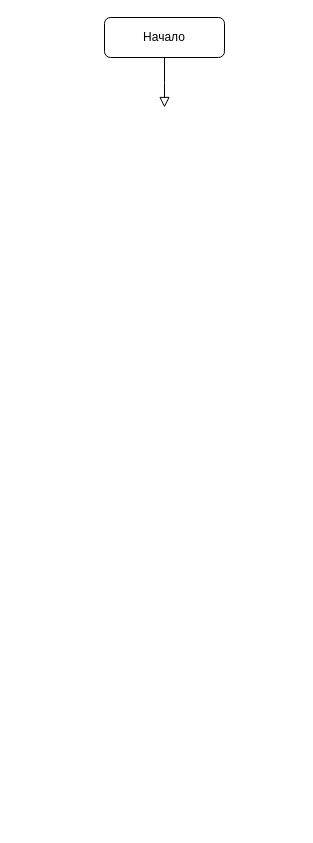
This is Диаграмма без названия.drawio from nerses-a/Least_squares, a draw.io file, before an edit. Source tidied: cells renumbered, new cells numbered last; positions are measured from the earlier drawing's top-left corner, leaving out a move shared by most shapes. Both pictures are drawn from the tidied source at 100%, with x=0, y=0 at pixel (104, 17).
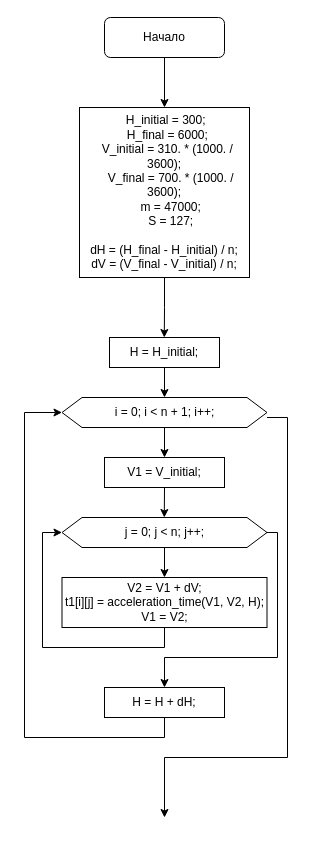
The same diagram, later.

Unchanged cells that the change refers to:
```xml
<mxCell id="3" value="Начало" style="rounded=1;whiteSpace=wrap;html=1;fontSize=12;glass=0;strokeWidth=1;shadow=0;" parent="1" vertex="1">
  <mxGeometry width="120" height="40" as="geometry" />
</mxCell>
```

Change to the diagram source:
```diff
@@
-    <mxCell id="2" style="rounded=0;html=1;jettySize=auto;fontSize=11;endArrow=block;endFill=0;endSize=8;strokeWidth=1;shadow=0;labelBackgroundColor=none;edgeStyle=orthogonalEdgeStyle;" parent="1" edge="1" source="3">
-      <mxGeometry relative="1" as="geometry">
-        <mxPoint x="60" y="90" as="targetPoint" />
-      </mxGeometry>
-    </mxCell>
+    <mxCell id="4" style="edgeStyle=orthogonalEdgeStyle;rounded=0;jettySize=auto;html=1;exitX=0.5;exitY=1;exitDx=0;exitDy=0;entryX=0.5;entryY=0;entryDx=0;entryDy=0;" parent="1" edge="1" source="3" target="6">
+      <mxGeometry relative="1" as="geometry" />
+    </mxCell>
@@
+    <mxCell id="5" style="edgeStyle=orthogonalEdgeStyle;rounded=0;jettySize=auto;html=1;exitX=0.5;exitY=1;exitDx=0;exitDy=0;" parent="1" edge="1" source="6">
+      <mxGeometry relative="1" as="geometry">
+        <mxPoint x="59.8" y="320" as="targetPoint" />
+      </mxGeometry>
+    </mxCell>
+    <mxCell id="6" value="&lt;div&gt;&amp;nbsp;H_initial = 300;&lt;/div&gt;&lt;div&gt;&amp;nbsp; H_final = 6000;&lt;/div&gt;&lt;div&gt;&amp;nbsp; V_initial = 310. * (1000. / 3600);&lt;/div&gt;&lt;div&gt;&amp;nbsp; &amp;nbsp; V_final = 700. * (1000. / 3600);&lt;/div&gt;&lt;div&gt;&amp;nbsp; &amp;nbsp; m = 47000;&lt;/div&gt;&lt;div&gt;&amp;nbsp; &amp;nbsp; S = 127;&lt;/div&gt;&lt;div&gt;&lt;br&gt;&lt;/div&gt;&lt;div&gt;&lt;span style=&quot;background-color: initial;&quot;&gt;dH = (H_final - H_initial) / n;&lt;/span&gt;&lt;/div&gt;&lt;div&gt;&lt;span style=&quot;background-color: initial;&quot;&gt;dV = (V_final - V_initial) / n;&lt;/span&gt;&lt;/div&gt;" style="whiteSpace=wrap;html=1;" parent="1" vertex="1">
+      <mxGeometry x="-25" y="90" width="170" height="170" as="geometry" />
+    </mxCell>
+    <mxCell id="7" style="edgeStyle=orthogonalEdgeStyle;rounded=0;jettySize=auto;html=1;exitX=0.5;exitY=1;exitDx=0;exitDy=0;entryX=0.5;entryY=0;entryDx=0;entryDy=0;" parent="1" edge="1" source="8" target="11">
+      <mxGeometry relative="1" as="geometry" />
+    </mxCell>
+    <mxCell id="8" value="H = H_initial;" style="rounded=0;whiteSpace=wrap;html=1;" parent="1" vertex="1">
+      <mxGeometry x="5" y="320" width="110" height="30" as="geometry" />
+    </mxCell>
+    <mxCell id="9" style="edgeStyle=orthogonalEdgeStyle;rounded=0;jettySize=auto;html=1;" parent="1" edge="1" source="11" target="13">
+      <mxGeometry relative="1" as="geometry" />
+    </mxCell>
+    <mxCell id="10" style="edgeStyle=orthogonalEdgeStyle;rounded=0;orthogonalLoop=1;jettySize=auto;html=1;exitX=1;exitY=0.5;exitDx=0;exitDy=0;" parent="1" edge="1">
+      <mxGeometry relative="1" as="geometry">
+        <mxPoint x="162.5" y="400" as="sourcePoint" />
+        <mxPoint x="60" y="800" as="targetPoint" />
+        <Array as="points">
+          <mxPoint x="183" y="400" />
+          <mxPoint x="183" y="740" />
+          <mxPoint x="60" y="740" />
+        </Array>
+      </mxGeometry>
+    </mxCell>
+    <mxCell id="11" value="i = 0; i &amp;lt; n + 1; i++;" style="shape=hexagon;perimeter=hexagonPerimeter2;whiteSpace=wrap;html=1;fixedSize=1;" parent="1" vertex="1">
+      <mxGeometry x="-42.5" y="380" width="205" height="30" as="geometry" />
+    </mxCell>
+    <mxCell id="12" style="edgeStyle=orthogonalEdgeStyle;rounded=0;jettySize=auto;html=1;exitX=0.5;exitY=1;exitDx=0;exitDy=0;" parent="1" edge="1" source="13">
+      <mxGeometry relative="1" as="geometry">
+        <mxPoint x="59.8" y="500" as="targetPoint" />
+      </mxGeometry>
+    </mxCell>
+    <mxCell id="13" value="V1 = V_initial;" style="rounded=0;whiteSpace=wrap;html=1;" parent="1" vertex="1">
+      <mxGeometry y="440" width="120" height="30" as="geometry" />
+    </mxCell>
+    <mxCell id="14" style="edgeStyle=orthogonalEdgeStyle;rounded=0;jettySize=auto;html=1;exitX=0.5;exitY=1;exitDx=0;exitDy=0;entryX=0.5;entryY=0;entryDx=0;entryDy=0;" parent="1" edge="1" source="16" target="18">
+      <mxGeometry relative="1" as="geometry" />
+    </mxCell>
+    <mxCell id="15" style="edgeStyle=orthogonalEdgeStyle;rounded=0;orthogonalLoop=1;jettySize=auto;html=1;exitX=1;exitY=0.5;exitDx=0;exitDy=0;" parent="1" edge="1">
+      <mxGeometry relative="1" as="geometry">
+        <mxPoint x="152.5" y="515" as="sourcePoint" />
+        <mxPoint x="60" y="670" as="targetPoint" />
+        <Array as="points">
+          <mxPoint x="173" y="515" />
+          <mxPoint x="173" y="640" />
+          <mxPoint x="60" y="640" />
+        </Array>
+      </mxGeometry>
+    </mxCell>
+    <mxCell id="16" value="j = 0; j &amp;lt; n; j++;" style="shape=hexagon;perimeter=hexagonPerimeter2;whiteSpace=wrap;html=1;fixedSize=1;" parent="1" vertex="1">
+      <mxGeometry x="-42.5" y="500" width="205" height="30" as="geometry" />
+    </mxCell>
+    <mxCell id="17" style="edgeStyle=orthogonalEdgeStyle;rounded=0;jettySize=auto;html=1;exitX=0.5;exitY=1;exitDx=0;exitDy=0;entryX=0;entryY=0.5;entryDx=0;entryDy=0;" parent="1" edge="1" source="18" target="16">
+      <mxGeometry relative="1" as="geometry">
+        <Array as="points">
+          <mxPoint x="60" y="630" />
+          <mxPoint x="-62" y="630" />
+          <mxPoint x="-62" y="515" />
+        </Array>
+      </mxGeometry>
+    </mxCell>
+    <mxCell id="18" value="&lt;div&gt;V2 = V1 + dV;&lt;/div&gt;&lt;div&gt;&lt;span style=&quot;background-color: initial;&quot;&gt;t1[i][j] = acceleration_time(V1, V2, H);&lt;/span&gt;&lt;/div&gt;&lt;div&gt;&lt;span style=&quot;background-color: initial;&quot;&gt;V1 = V2;&lt;/span&gt;&lt;/div&gt;" style="rounded=0;whiteSpace=wrap;html=1;" parent="1" vertex="1">
+      <mxGeometry x="-42.5" y="560" width="205" height="50" as="geometry" />
+    </mxCell>
+    <mxCell id="19" style="edgeStyle=orthogonalEdgeStyle;rounded=0;jettySize=auto;html=1;exitX=0.5;exitY=1;exitDx=0;exitDy=0;entryX=0;entryY=0.5;entryDx=0;entryDy=0;" parent="1" edge="1" source="20" target="11">
+      <mxGeometry relative="1" as="geometry">
+        <Array as="points">
+          <mxPoint x="60" y="720" />
+          <mxPoint x="-80" y="720" />
+          <mxPoint x="-80" y="395" />
+        </Array>
+      </mxGeometry>
+    </mxCell>
+    <mxCell id="20" value="H = H + dH;" style="rounded=0;whiteSpace=wrap;html=1;" parent="1" vertex="1">
+      <mxGeometry y="670" width="120" height="30" as="geometry" />
+    </mxCell>
```
